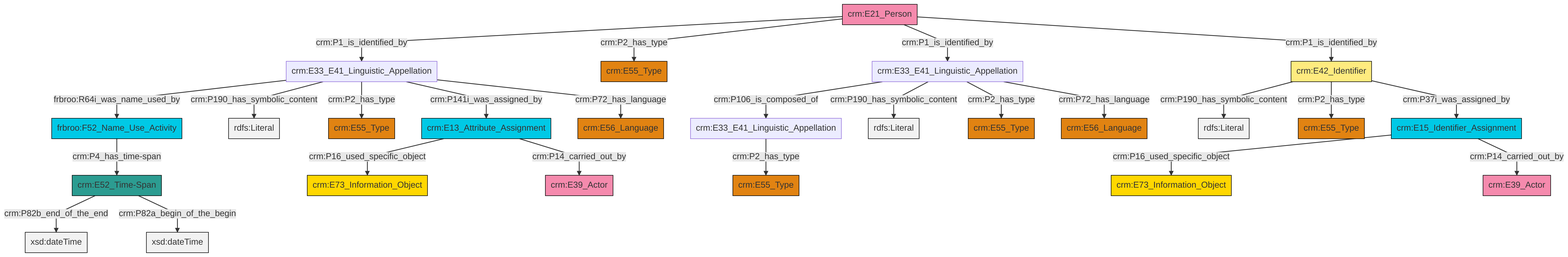
This is et/personCSV/ttl/mmd/png/Person_Names_and_Classification.png from swiss-art-research-net/docs.swissartresearch, a Mermaid export, as it was before one commit. Its source is kept beside it as et/personCSV/ttl/mmd/Person_Names_and_Classification.ttl.mmd.
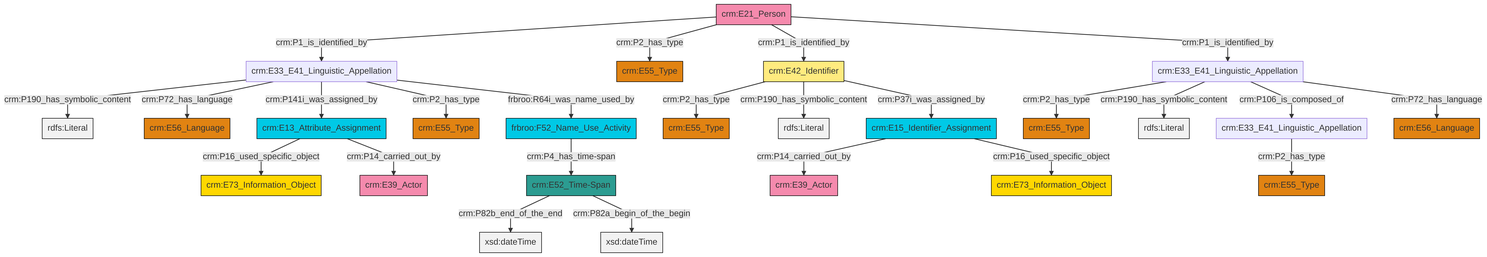
Above is the later version.

What changed in the source:
```diff
@@ -13,27 +13,27 @@
 classDef PC_Classes fill:#4ce600, stroke:#000000;
 classDef Multi fill:#cccccc,stroke:#000000;
 
-0["crm:E52_Time-Span"]:::Time-Span -->|crm:P82b_end_of_the_end| 1[xsd:dateTime]:::Literal
-8["crm:E33_E41_Linguistic_Appellation"]:::Default -->|crm:P106_is_composed_of| 10["crm:E33_E41_Linguistic_Appellation"]:::Default
-11["crm:E21_Person"]:::Actor -->|crm:P1_is_identified_by| 12["crm:E33_E41_Linguistic_Appellation"]:::Default
-17["crm:E42_Identifier"]:::Appellation -->|crm:P190_has_symbolic_content| 18[rdfs:Literal]:::Literal
-10["crm:E33_E41_Linguistic_Appellation"]:::Default -->|crm:P2_has_type| 19["crm:E55_Type"]:::Type
-11["crm:E21_Person"]:::Actor -->|crm:P2_has_type| 2["crm:E55_Type"]:::Type
-11["crm:E21_Person"]:::Actor -->|crm:P1_is_identified_by| 8["crm:E33_E41_Linguistic_Appellation"]:::Default
-17["crm:E42_Identifier"]:::Appellation -->|crm:P2_has_type| 15["crm:E55_Type"]:::Type
-17["crm:E42_Identifier"]:::Appellation -->|crm:P37i_was_assigned_by| 21["crm:E15_Identifier_Assignment"]:::Temporal_Entity
-21["crm:E15_Identifier_Assignment"]:::Temporal_Entity -->|crm:P16_used_specific_object| 22["crm:E73_Information_Object"]:::Conceptual_Object
-8["crm:E33_E41_Linguistic_Appellation"]:::Default -->|crm:P190_has_symbolic_content| 23[rdfs:Literal]:::Literal
-21["crm:E15_Identifier_Assignment"]:::Temporal_Entity -->|crm:P14_carried_out_by| 24["crm:E39_Actor"]:::Actor
-6["frbroo:F52_Name_Use_Activity"]:::Temporal_Entity -->|crm:P4_has_time-span| 0["crm:E52_Time-Span"]:::Time-Span
-12["crm:E33_E41_Linguistic_Appellation"]:::Default -->|frbroo:R64i_was_name_used_by| 6["frbroo:F52_Name_Use_Activity"]:::Temporal_Entity
-12["crm:E33_E41_Linguistic_Appellation"]:::Default -->|crm:P190_has_symbolic_content| 31[rdfs:Literal]:::Literal
-32["crm:E13_Attribute_Assignment"]:::Temporal_Entity -->|crm:P16_used_specific_object| 28["crm:E73_Information_Object"]:::Conceptual_Object
-8["crm:E33_E41_Linguistic_Appellation"]:::Default -->|crm:P2_has_type| 4["crm:E55_Type"]:::Type
-12["crm:E33_E41_Linguistic_Appellation"]:::Default -->|crm:P2_has_type| 36["crm:E55_Type"]:::Type
-0["crm:E52_Time-Span"]:::Time-Span -->|crm:P82a_begin_of_the_begin| 37[xsd:dateTime]:::Literal
-11["crm:E21_Person"]:::Actor -->|crm:P1_is_identified_by| 17["crm:E42_Identifier"]:::Appellation
-12["crm:E33_E41_Linguistic_Appellation"]:::Default -->|crm:P141i_was_assigned_by| 32["crm:E13_Attribute_Assignment"]:::Temporal_Entity
-8["crm:E33_E41_Linguistic_Appellation"]:::Default -->|crm:P72_has_language| 41["crm:E56_Language"]:::Type
-12["crm:E33_E41_Linguistic_Appellation"]:::Default -->|crm:P72_has_language| 26["crm:E56_Language"]:::Type
-32["crm:E13_Attribute_Assignment"]:::Temporal_Entity -->|crm:P14_carried_out_by| 34["crm:E39_Actor"]:::Actor
+0["crm:E33_E41_Linguistic_Appellation"]:::Default -->|crm:P2_has_type| 1["crm:E55_Type"]:::Type
+2["crm:E33_E41_Linguistic_Appellation"]:::Default -->|crm:P190_has_symbolic_content| 3[rdfs:Literal]:::Literal
+8["crm:E33_E41_Linguistic_Appellation"]:::Default -->|crm:P2_has_type| 6["crm:E55_Type"]:::Type
+0["crm:E33_E41_Linguistic_Appellation"]:::Default -->|crm:P190_has_symbolic_content| 10[rdfs:Literal]:::Literal
+13["crm:E52_Time-Span"]:::Time-Span -->|crm:P82b_end_of_the_end| 14[xsd:dateTime]:::Literal
+13["crm:E52_Time-Span"]:::Time-Span -->|crm:P82a_begin_of_the_begin| 15[xsd:dateTime]:::Literal
+18["crm:E21_Person"]:::Actor -->|crm:P1_is_identified_by| 2["crm:E33_E41_Linguistic_Appellation"]:::Default
+2["crm:E33_E41_Linguistic_Appellation"]:::Default -->|crm:P72_has_language| 19["crm:E56_Language"]:::Type
+18["crm:E21_Person"]:::Actor -->|crm:P2_has_type| 20["crm:E55_Type"]:::Type
+22["frbroo:F52_Name_Use_Activity"]:::Temporal_Entity -->|crm:P4_has_time-span| 13["crm:E52_Time-Span"]:::Time-Span
+11["crm:E42_Identifier"]:::Appellation -->|crm:P2_has_type| 26["crm:E55_Type"]:::Type
+30["crm:E13_Attribute_Assignment"]:::Temporal_Entity -->|crm:P16_used_specific_object| 31["crm:E73_Information_Object"]:::Conceptual_Object
+4["crm:E15_Identifier_Assignment"]:::Temporal_Entity -->|crm:P14_carried_out_by| 33["crm:E39_Actor"]:::Actor
+4["crm:E15_Identifier_Assignment"]:::Temporal_Entity -->|crm:P16_used_specific_object| 16["crm:E73_Information_Object"]:::Conceptual_Object
+0["crm:E33_E41_Linguistic_Appellation"]:::Default -->|crm:P106_is_composed_of| 8["crm:E33_E41_Linguistic_Appellation"]:::Default
+2["crm:E33_E41_Linguistic_Appellation"]:::Default -->|crm:P141i_was_assigned_by| 30["crm:E13_Attribute_Assignment"]:::Temporal_Entity
+18["crm:E21_Person"]:::Actor -->|crm:P1_is_identified_by| 11["crm:E42_Identifier"]:::Appellation
+2["crm:E33_E41_Linguistic_Appellation"]:::Default -->|crm:P2_has_type| 27["crm:E55_Type"]:::Type
+2["crm:E33_E41_Linguistic_Appellation"]:::Default -->|frbroo:R64i_was_name_used_by| 22["frbroo:F52_Name_Use_Activity"]:::Temporal_Entity
+30["crm:E13_Attribute_Assignment"]:::Temporal_Entity -->|crm:P14_carried_out_by| 41["crm:E39_Actor"]:::Actor
+11["crm:E42_Identifier"]:::Appellation -->|crm:P190_has_symbolic_content| 42[rdfs:Literal]:::Literal
+18["crm:E21_Person"]:::Actor -->|crm:P1_is_identified_by| 0["crm:E33_E41_Linguistic_Appellation"]:::Default
+11["crm:E42_Identifier"]:::Appellation -->|crm:P37i_was_assigned_by| 4["crm:E15_Identifier_Assignment"]:::Temporal_Entity
+0["crm:E33_E41_Linguistic_Appellation"]:::Default -->|crm:P72_has_language| 23["crm:E56_Language"]:::Type
```
